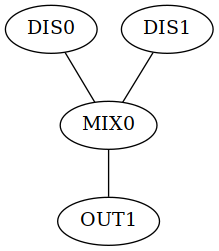
Before: src/input.png, a diagram exported from Graphviz (baocvcv/oop-group-project). Its source is kept beside it as src/input.dot.
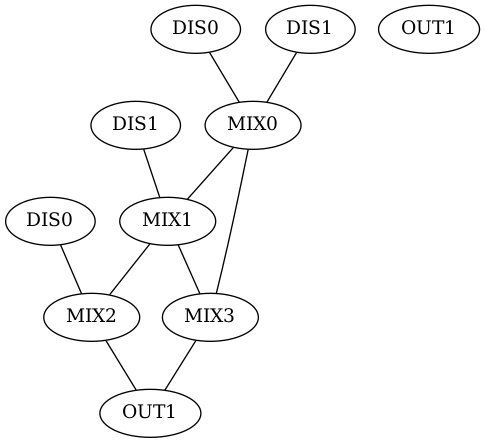
Above is the later version.

Diff of the diagram source:
```diff
@@ -1,9 +1,22 @@
 graph "GRAPH3" {
 0 [label="DIS0"]
+3 [label="DIS0"]
 1 [label="DIS1"]
-2 [label="MIX0"]
-3 [label="OUT1"]
-0 -- 2
-1 -- 2
-2 -- 3
+2 [label="DIS1"]
+4 [label="MIX0"]
+5 [label="MIX1"]
+6 [label="MIX2"]
+7 [label="MIX3"]
+8 [label="OUT1"]
+9 [label="OUT1"]
+0 -- 4
+1 -- 4
+4 -- 5
+2 -- 5
+3 -- 6
+5 -- 6
+4 -- 7
+5 -- 7
+6 -- 8
+7 -- 8
 }
```
